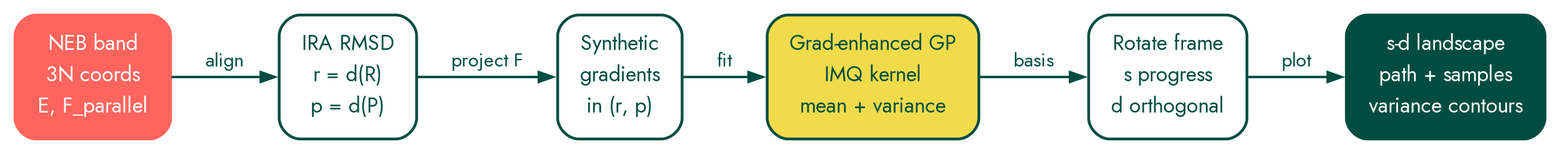
Above: content-org/images/dot/neb-viz-pipeline.png in HaoZeke/haozeke.github.io (Graphviz), before the change. Its source is kept beside it as content-org/images/dot/neb-viz-pipeline.dot.
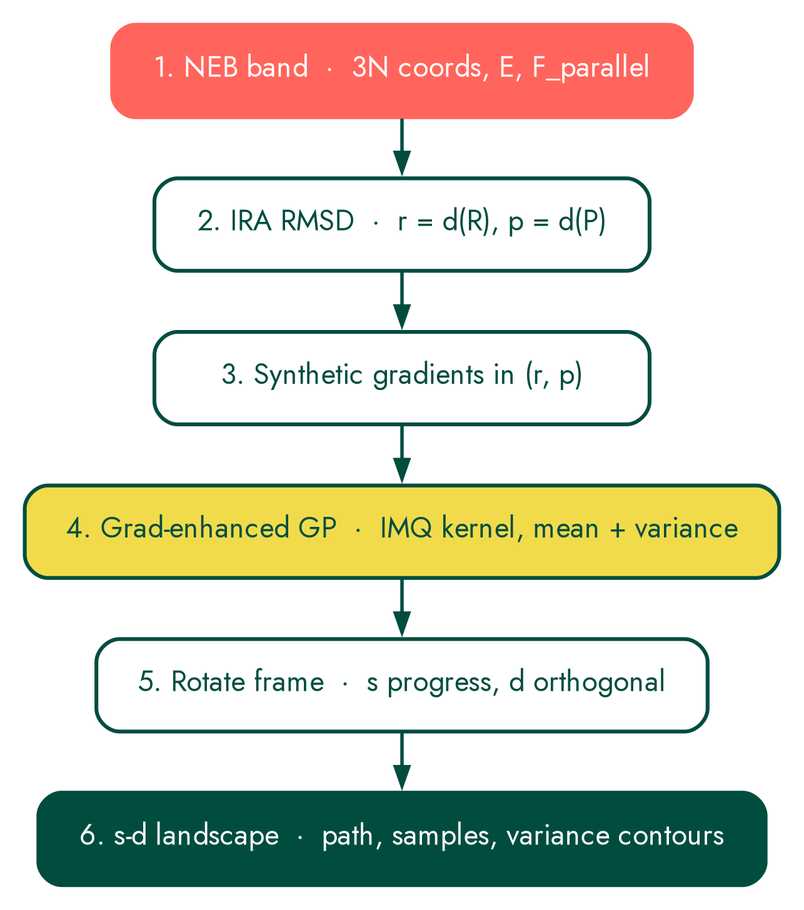
The same file after the commit.

Commit message:
fix(neb-viz): make pipeline figure tall enough for the content column

Diff of the diagram source:
```diff
@@ -1,64 +1,59 @@
 digraph NEBProjectionPipeline {
   graph [
     fontname="Jost",
-    fontsize=12,
+    fontsize=15,
     bgcolor="white",
-    rankdir=LR,
-    nodesep=0.45,
-    ranksep=0.55,
-    pad=0.12,
+    rankdir=TB,
+    nodesep=0.40,
+    ranksep=0.45,
+    pad=0.18,
     splines=true
   ];
   node [
     fontname="Jost",
-    fontsize=12,
+    fontsize=15,
     shape=box,
     style="rounded,filled",
     fillcolor="white",
     color="#004D40",
     fontcolor="#004D40",
-    penwidth=1.6,
-    margin="0.18,0.12"
+    penwidth=2.0,
+    margin="0.30,0.18",
+    width=3.6
   ];
   edge [
     fontname="Jost",
-    fontsize=11,
+    fontsize=13,
     color="#004D40",
     fontcolor="#004D40",
-    penwidth=1.4,
-    arrowsize=0.8
+    penwidth=1.8,
+    arrowsize=1.0
   ];
 
   neb [
-    label="NEB band\n3N coords\nE, F_parallel",
+    label="1. NEB band  ·  3N coords, E, F_parallel",
     fillcolor="#FF655D",
     fontcolor="white",
     color="#FF655D"
   ];
-  ira [
-    label="IRA RMSD\nr = d(R)\np = d(P)"
-  ];
-  grad [
-    label="Synthetic\ngradients\nin (r, p)"
-  ];
+  ira [label="2. IRA RMSD  ·  r = d(R), p = d(P)"];
+  grad [label="3. Synthetic gradients in (r, p)"];
   gp [
-    label="Grad-enhanced GP\nIMQ kernel\nmean + variance",
+    label="4. Grad-enhanced GP  ·  IMQ kernel, mean + variance",
     fillcolor="#F1DB4B",
     color="#004D40"
   ];
-  sd [
-    label="Rotate frame\ns progress\nd orthogonal"
-  ];
+  sd [label="5. Rotate frame  ·  s progress, d orthogonal"];
   out [
-    label="s-d landscape\npath + samples\nvariance contours",
+    label="6. s-d landscape  ·  path, samples, variance contours",
     fillcolor="#004D40",
     fontcolor="white",
     color="#004D40"
   ];
 
-  neb -> ira  [label="align"];
-  ira -> grad [label="project F"];
-  grad -> gp  [label="fit"];
-  gp  -> sd   [label="basis"];
-  sd  -> out  [label="plot"];
+  neb -> ira;
+  ira -> grad;
+  grad -> gp;
+  gp -> sd;
+  sd -> out;
 }
```
